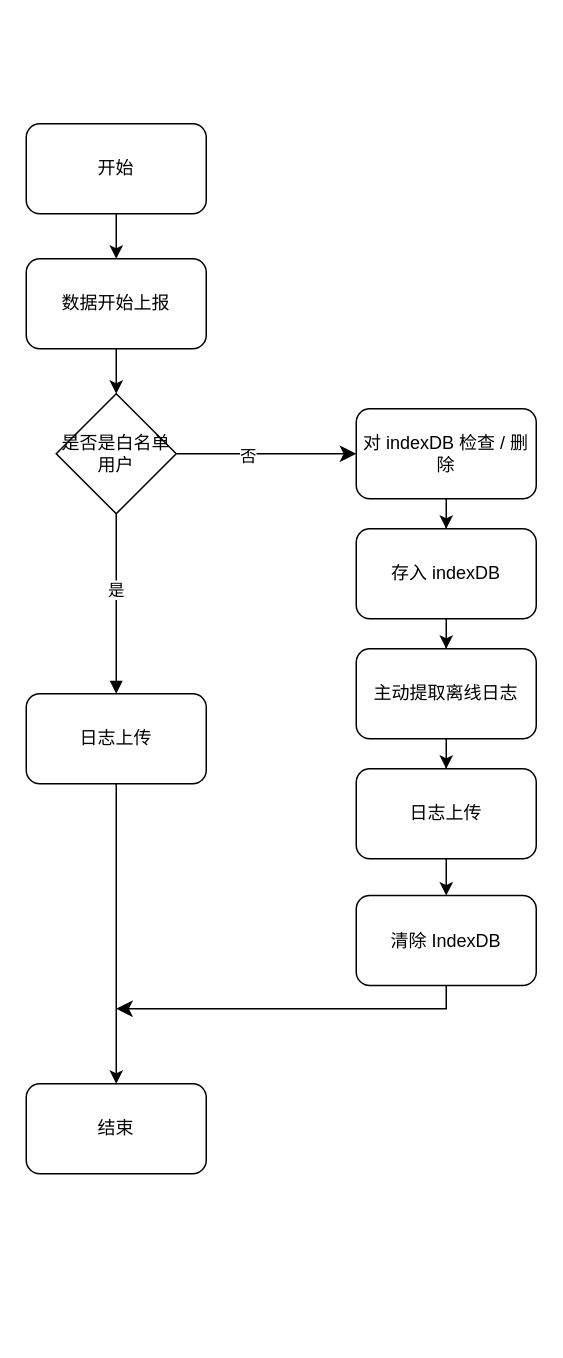
Above: 离线日志-主动上报.drawio in FelixTt/repositoryForDraw.io (draw.io), before the change. Source tidied: cells renumbered, new cells numbered last; positions are measured from the earlier drawing's top-left corner, leaving out a move shared by most shapes. Both pictures are drawn from the tidied source at 150%, with x=0, y=0 at pixel (26, 123).
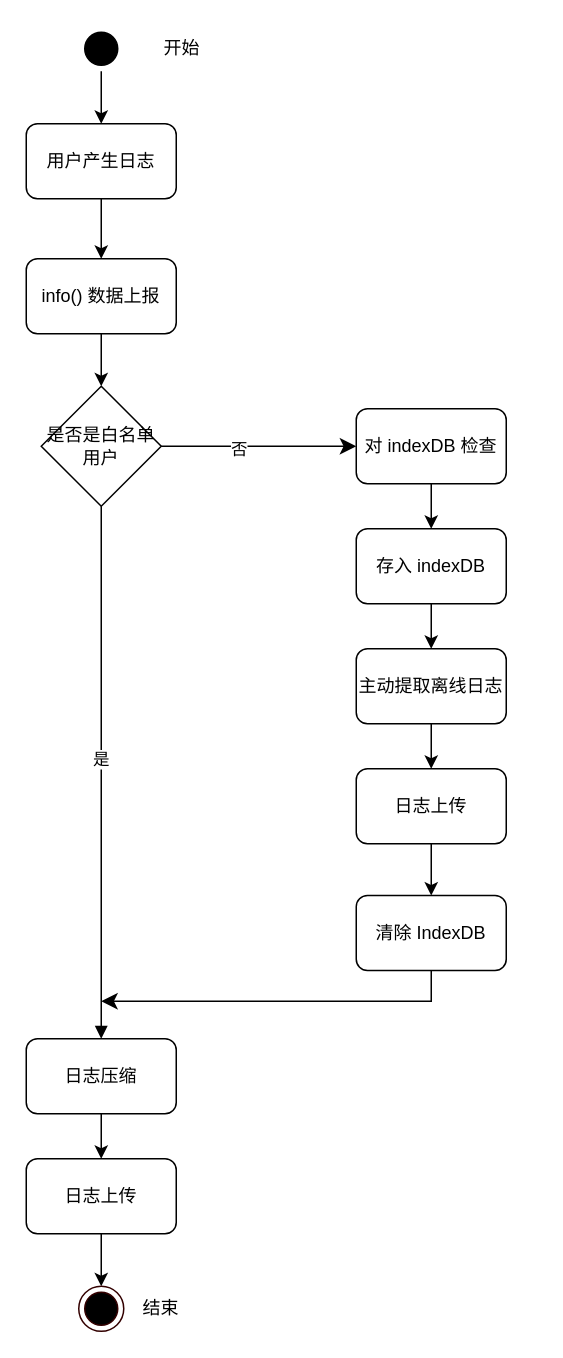
The same page after the edit.

Commit message (it also covers changes not shown here):
更新离线日志-主动上报.drawio

Diff of the diagram source:
```diff
@@
-    <mxCell id="2" value="开始" style="rounded=1;whiteSpace=wrap;html=1;" parent="1" vertex="1">
-      <mxGeometry width="120" height="60" as="geometry" />
+    <mxCell id="2" value="用户产生日志" style="rounded=1;whiteSpace=wrap;html=1;" parent="1" vertex="1">
+      <mxGeometry width="100" height="50" as="geometry" />
     </mxCell>
-    <mxCell id="3" value="数据开始上报" style="rounded=1;whiteSpace=wrap;html=1;" parent="1" vertex="1">
-      <mxGeometry y="90" width="120" height="60" as="geometry" />
+    <mxCell id="3" value="info() 数据上报" style="rounded=1;whiteSpace=wrap;html=1;" parent="1" vertex="1">
+      <mxGeometry y="90" width="100" height="50" as="geometry" />
     </mxCell>
     <mxCell id="4" value="是否是白名单用户" style="rhombus;whiteSpace=wrap;html=1;" parent="1" vertex="1">
-      <mxGeometry x="20" y="180" width="80" height="80" as="geometry" />
+      <mxGeometry x="10" y="175" width="80" height="80" as="geometry" />
     </mxCell>
     <mxCell id="5" value="清除 IndexDB" style="rounded=1;whiteSpace=wrap;html=1;" parent="1" vertex="1">
-      <mxGeometry x="220" y="514.5" width="120" height="60" as="geometry" />
+      <mxGeometry x="220" y="514.5" width="100" height="50" as="geometry" />
     </mxCell>
@@
     <mxCell id="7" value="存入 indexDB" style="rounded=1;whiteSpace=wrap;html=1;" parent="1" vertex="1">
-      <mxGeometry x="220" y="270" width="120" height="60" as="geometry" />
+      <mxGeometry x="220" y="270" width="100" height="50" as="geometry" />
     </mxCell>
@@
     <mxCell id="10" style="edgeStyle=elbowEdgeStyle;elbow=horizontal;endArrow=classic;html=1;curved=0;rounded=0;endSize=8;startSize=8;exitX=1;exitY=0.5;exitDx=0;exitDy=0;entryX=0;entryY=0.5;entryDx=0;entryDy=0;" parent="1" edge="1" source="4" target="21">
       <mxGeometry relative="1" as="geometry">
         <Array as="points">
-          <mxPoint x="190" y="180" />
+          <mxPoint x="180" y="175" />
         </Array>
       </mxGeometry>
     </mxCell>
@@
-    <mxCell id="12" value="日志上传" style="rounded=1;whiteSpace=wrap;html=1;" parent="1" vertex="1">
-      <mxGeometry y="380" width="120" height="60" as="geometry" />
+    <mxCell id="12" value="日志压缩" style="rounded=1;whiteSpace=wrap;html=1;" parent="1" vertex="1">
+      <mxGeometry y="610" width="100" height="50" as="geometry" />
     </mxCell>
-    <mxCell id="13" value="结束" style="rounded=1;whiteSpace=wrap;html=1;" parent="1" vertex="1">
-      <mxGeometry y="640" width="120" height="60" as="geometry" />
-    </mxCell>
-    <mxCell id="14" style="endArrow=classic;html=1;rounded=0;" parent="1" edge="1" source="12" target="13">
+    <mxCell id="14" style="endArrow=classic;html=1;rounded=0;entryX=0.5;entryY=0;entryDx=0;entryDy=0;" parent="1" edge="1" source="12" target="24">
       <mxGeometry relative="1" as="geometry" />
     </mxCell>
@@
     <mxCell id="17" value="主动提取离线日志" style="rounded=1;whiteSpace=wrap;html=1;" parent="1" vertex="1">
-      <mxGeometry x="220" y="350" width="120" height="60" as="geometry" />
+      <mxGeometry x="220" y="350" width="100" height="50" as="geometry" />
     </mxCell>
@@
     <mxCell id="19" value="日志上传" style="rounded=1;whiteSpace=wrap;html=1;" parent="1" vertex="1">
-      <mxGeometry x="220" y="430" width="120" height="60" as="geometry" />
+      <mxGeometry x="220" y="430" width="100" height="50" as="geometry" />
     </mxCell>
@@
-    <mxCell id="21" value="对 indexDB 检查 / 删除" style="rounded=1;whiteSpace=wrap;html=1;" parent="1" vertex="1">
-      <mxGeometry x="220" y="190" width="120" height="60" as="geometry" />
+    <mxCell id="21" value="对 indexDB 检查" style="rounded=1;whiteSpace=wrap;html=1;" parent="1" vertex="1">
+      <mxGeometry x="220" y="190" width="100" height="50" as="geometry" />
     </mxCell>
     <mxCell id="22" style="edgeStyle=segmentEdgeStyle;endArrow=classic;html=1;curved=0;rounded=0;endSize=8;startSize=8;exitX=0.5;exitY=1;exitDx=0;exitDy=0;" parent="1" edge="1" source="5">
       <mxGeometry relative="1" as="geometry">
-        <mxPoint x="60" y="590" as="targetPoint" />
+        <mxPoint x="50" y="585" as="targetPoint" />
         <Array as="points">
-          <mxPoint x="280" y="590" />
-          <mxPoint x="60" y="590" />
+          <mxPoint x="270" y="585" />
+          <mxPoint x="50" y="585" />
         </Array>
       </mxGeometry>
     </mxCell>
+    <mxCell id="23" style="edgeStyle=orthogonalEdgeStyle;rounded=0;jettySize=auto;html=1;" parent="1" edge="1" source="24">
+      <mxGeometry relative="1" as="geometry">
+        <mxPoint x="50" y="775" as="targetPoint" />
+      </mxGeometry>
+    </mxCell>
+    <mxCell id="24" value="日志上传" style="rounded=1;whiteSpace=wrap;html=1;" parent="1" vertex="1">
+      <mxGeometry y="690" width="100" height="50" as="geometry" />
+    </mxCell>
+    <mxCell id="25" style="edgeStyle=orthogonalEdgeStyle;rounded=0;jettySize=auto;html=1;" parent="1" edge="1" source="26" target="2">
+      <mxGeometry relative="1" as="geometry" />
+    </mxCell>
+    <mxCell id="26" style="ellipse;shape=startState;fillColor=#000000;strokeColor=#000000;" parent="1" vertex="1">
+      <mxGeometry x="35" y="-65" width="30" height="30" as="geometry" />
+    </mxCell>
+    <mxCell id="27" value="开始" style="text;html=1;strokeColor=none;fillColor=none;align=center;verticalAlign=middle;whiteSpace=wrap;rounded=0;" parent="1" vertex="1">
+      <mxGeometry x="74" y="-65" width="60" height="30" as="geometry" />
+    </mxCell>
+    <mxCell id="28" style="ellipse;shape=endState;fillColor=#000000;strokeColor=#330000;" parent="1" vertex="1">
+      <mxGeometry x="35" y="775" width="30" height="30" as="geometry" />
+    </mxCell>
+    <mxCell id="13" value="结束" style="text;html=1;strokeColor=none;fillColor=none;align=center;verticalAlign=middle;whiteSpace=wrap;rounded=0;" parent="1" vertex="1">
+      <mxGeometry x="60" y="775" width="60" height="30" as="geometry" />
+    </mxCell>
```
